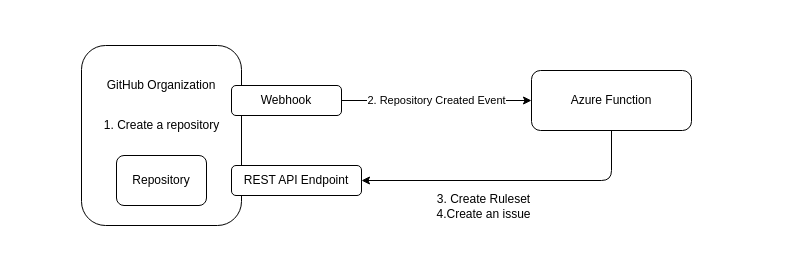
Above: assets/architecture-diagram.drawio in kenakamu/protect-gh-repository (draw.io), before the change. Source tidied: cells renumbered, new cells numbered last; positions are measured from the earlier drawing's top-left corner, leaving out a move shared by most shapes. Both pictures are drawn from the tidied source at 100%, with x=0, y=0 at pixel (17, 17).
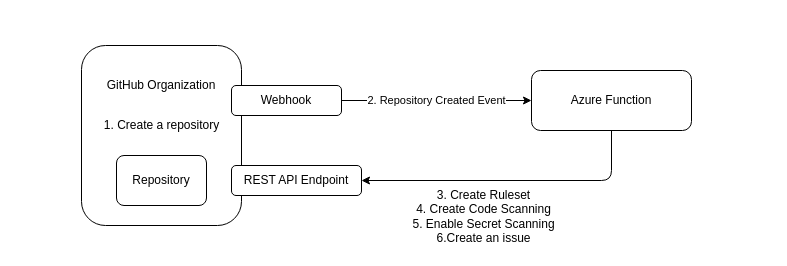
The same diagram, later.

Commit message (it also covers changes not shown here):
add code scanning and secret scanning feature

The edit, as a diff of the source:
```diff
@@
 <mxGraphModel background="#FFFFFF">
   <root>
     <mxCell id="0" />
     <mxCell id="1" parent="0" />
     <mxCell id="2" style="rounded=0;whiteSpace=wrap;html=1;labelBackgroundColor=#FFFFFF;fillStyle=solid;strokeColor=none;fontColor=#000000;fillColor=none;" parent="1" vertex="1">
       <mxGeometry width="753" height="232" as="geometry" />
     </mxCell>
     <mxCell id="3" value="&lt;font color=&quot;#000000&quot;&gt;GitHub Organization&lt;br&gt;&lt;br&gt;&lt;br&gt;&lt;br&gt;&lt;br&gt;&lt;br&gt;&lt;br&gt;&lt;br&gt;&lt;/font&gt;" style="rounded=1;whiteSpace=wrap;html=1;labelPosition=center;verticalLabelPosition=middle;align=center;verticalAlign=middle;fillStyle=solid;fillColor=none;strokeColor=#000000;" parent="1" vertex="1">
       <mxGeometry x="64" y="28" width="160" height="180" as="geometry" />
     </mxCell>
     <mxCell id="4" value="&lt;font color=&quot;#000000&quot;&gt;Webhook&lt;/font&gt;" style="rounded=1;whiteSpace=wrap;html=1;fillStyle=solid;fillColor=#FFFFFF;strokeColor=#000000;" parent="1" vertex="1">
       <mxGeometry x="214" y="68" width="110" height="30" as="geometry" />
     </mxCell>
     <mxCell id="5" style="edgeStyle=none;html=1;entryX=1;entryY=0.5;entryDx=0;entryDy=0;fontSize=12;exitX=0.5;exitY=1;exitDx=0;exitDy=0;strokeColor=#000000;" parent="1" edge="1" source="7" target="8">
       <mxGeometry relative="1" as="geometry">
         <Array as="points">
           <mxPoint x="594" y="163" />
         </Array>
       </mxGeometry>
     </mxCell>
-    <mxCell id="6" value="&lt;font style=&quot;background-color: rgb(255, 255, 255);&quot; color=&quot;#000000&quot;&gt;3. Create Ruleset&lt;br&gt;4.Create an issue&lt;/font&gt;" style="edgeLabel;html=1;align=center;verticalAlign=middle;fontSize=12;" parent="5" vertex="1">
+    <mxCell id="6" value="&lt;font style=&quot;background-color: rgb(255, 255, 255);&quot; color=&quot;#000000&quot;&gt;3. Create Ruleset&lt;br&gt;4. Create Code Scanning&lt;br&gt;5. Enable Secret Scanning&lt;br&gt;6.Create an issue&lt;/font&gt;" style="edgeLabel;html=1;align=center;verticalAlign=middle;fontSize=12;" parent="5" vertex="1">
       <mxGeometry x="-0.31" y="-2" relative="1" as="geometry">
-        <mxPoint x="-76" y="27" as="offset" />
+        <mxPoint x="-76" y="37" as="offset" />
       </mxGeometry>
     </mxCell>
     <mxCell id="7" value="&lt;font color=&quot;#000000&quot;&gt;Azure Function&lt;/font&gt;" style="rounded=1;whiteSpace=wrap;html=1;fillStyle=solid;fillColor=none;strokeColor=#000000;" parent="1" vertex="1">
       <mxGeometry x="514" y="53" width="160" height="60" as="geometry" />
     </mxCell>
     <mxCell id="8" value="&lt;font color=&quot;#000000&quot;&gt;REST API Endpoint&lt;/font&gt;" style="rounded=1;whiteSpace=wrap;html=1;fillStyle=solid;fillColor=#FFFFFF;strokeColor=#000000;" parent="1" vertex="1">
       <mxGeometry x="214" y="148" width="130" height="30" as="geometry" />
     </mxCell>
     <mxCell id="9" value="&lt;font style=&quot;background-color: rgb(255, 255, 255);&quot; color=&quot;#000000&quot;&gt;2. Repository Created Event&lt;/font&gt;" style="edgeStyle=orthogonalEdgeStyle;rounded=0;jettySize=auto;html=1;exitX=1;exitY=0.5;exitDx=0;exitDy=0;entryX=0;entryY=0.5;entryDx=0;entryDy=0;strokeColor=#000000;" parent="1" edge="1" source="4" target="7">
       <mxGeometry relative="1" as="geometry" />
     </mxCell>
     <mxCell id="10" value="&lt;font color=&quot;#000000&quot;&gt;1. Create a repository&lt;/font&gt;" style="text;strokeColor=none;fillColor=none;html=1;fontSize=12;fontStyle=0;verticalAlign=middle;align=center;" parent="1" vertex="1">
       <mxGeometry x="94" y="88" width="100" height="40" as="geometry" />
     </mxCell>
     <mxCell id="11" value="&lt;font color=&quot;#000000&quot;&gt;Repository&lt;/font&gt;" style="rounded=1;whiteSpace=wrap;html=1;labelPosition=center;verticalLabelPosition=middle;align=center;verticalAlign=middle;fillStyle=solid;fillColor=none;strokeColor=#000000;" parent="1" vertex="1">
       <mxGeometry x="99" y="138" width="90" height="50" as="geometry" />
     </mxCell>
   </root>
 </mxGraphModel>
```
